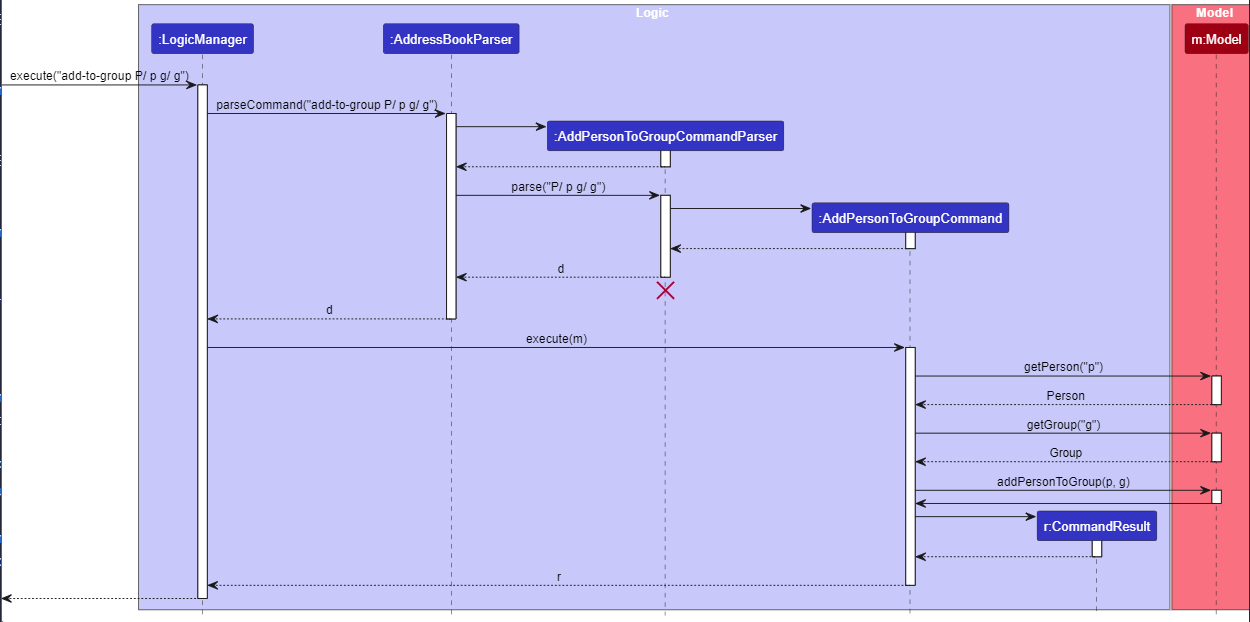
The PlantUML diagram docs/images/AddPersonToGroupSequenceDiagram-Logic.png in AY2425S2-CS2103T-T12-1/tp, before a commit. Its source is kept beside it as docs/diagrams/AddPersonToGroupSequenceDiagram-Logic.puml. The source it was exported from:
```plantuml
@startuml
!include style.puml
skinparam ArrowFontStyle plain

box Logic LOGIC_COLOR_T1
participant ":LogicManager" as LogicManager LOGIC_COLOR
participant ":AddressBookParser" as AddressBookParser LOGIC_COLOR
participant ":AddPersonToGroupCommandParser" as AddPersonToGroupCommandParser LOGIC_COLOR
participant ":AddPersonToGroupCommand" as AddPersonToGroupCommand LOGIC_COLOR
participant "r:CommandResult" as CommandResult LOGIC_COLOR
end box

box Model MODEL_COLOR_T1
participant "m:Model" as Model MODEL_COLOR
end box

[-> LogicManager : execute("add-to-group P/ p g/ g")
activate LogicManager

LogicManager -> AddressBookParser : parseCommand("add-to-group P/ p g/ g")
activate AddressBookParser

create AddPersonToGroupCommandParser
AddressBookParser -> AddPersonToGroupCommandParser
activate AddPersonToGroupCommandParser

AddPersonToGroupCommandParser --> AddressBookParser
deactivate AddPersonToGroupCommandParser

AddressBookParser -> AddPersonToGroupCommandParser : parse("P/ p g/ g")
activate AddPersonToGroupCommandParser

create AddPersonToGroupCommand
AddPersonToGroupCommandParser -> AddPersonToGroupCommand
activate AddPersonToGroupCommand

AddPersonToGroupCommand --> AddPersonToGroupCommandParser :
deactivate AddPersonToGroupCommand

AddPersonToGroupCommandParser --> AddressBookParser : d
deactivate AddPersonToGroupCommandParser
AddPersonToGroupCommandParser -[hidden]-> AddressBookParser
destroy AddPersonToGroupCommandParser

AddressBookParser --> LogicManager : d
deactivate AddressBookParser

LogicManager -> AddPersonToGroupCommand : execute(m)
activate AddPersonToGroupCommand

AddPersonToGroupCommand -> Model : getPerson("p")
activate Model

Model --> AddPersonToGroupCommand : Person
deactivate Model

AddPersonToGroupCommand -> Model : getGroup("g")
activate Model

Model --> AddPersonToGroupCommand : Group
deactivate Model

AddPersonToGroupCommand -> Model : addPersonToGroup(p, g)
activate Model

Model -> AddPersonToGroupCommand
deactivate Model

create CommandResult
AddPersonToGroupCommand -> CommandResult
activate CommandResult

CommandResult --> AddPersonToGroupCommand
deactivate CommandResult

AddPersonToGroupCommand --> LogicManager : r
deactivate AddPersonToGroupCommand

[<--LogicManager
deactivate LogicManager

@enduml
```
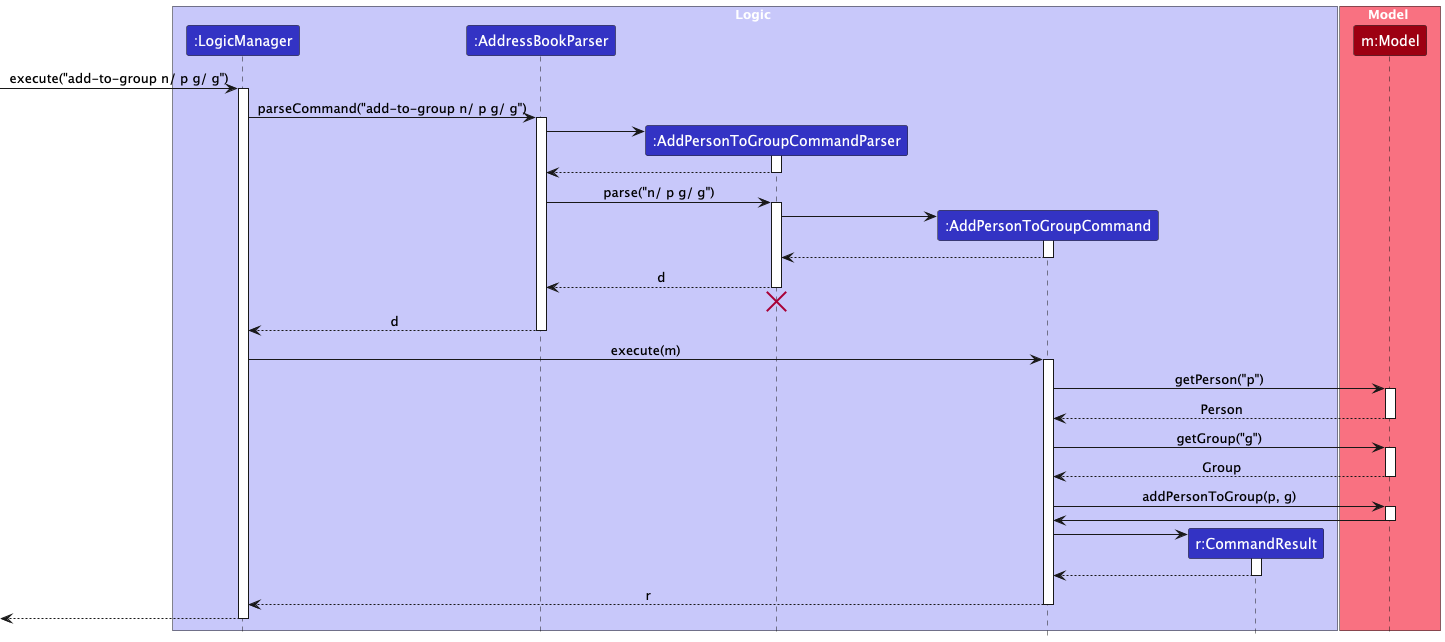
After the change.

The edit, as a diff of the source:
```diff
@@ -14,10 +14,10 @@
 participant "m:Model" as Model MODEL_COLOR
 end box
 
-[-> LogicManager : execute("add-to-group P/ p g/ g")
+[-> LogicManager : execute("add-to-group n/ p g/ g")
 activate LogicManager
 
-LogicManager -> AddressBookParser : parseCommand("add-to-group P/ p g/ g")
+LogicManager -> AddressBookParser : parseCommand("add-to-group n/ p g/ g")
 activate AddressBookParser
 
 create AddPersonToGroupCommandParser
@@ -27,7 +27,7 @@
 AddPersonToGroupCommandParser --> AddressBookParser
 deactivate AddPersonToGroupCommandParser
 
-AddressBookParser -> AddPersonToGroupCommandParser : parse("P/ p g/ g")
+AddressBookParser -> AddPersonToGroupCommandParser : parse("n/ p g/ g")
 activate AddPersonToGroupCommandParser
 
 create AddPersonToGroupCommand
```
